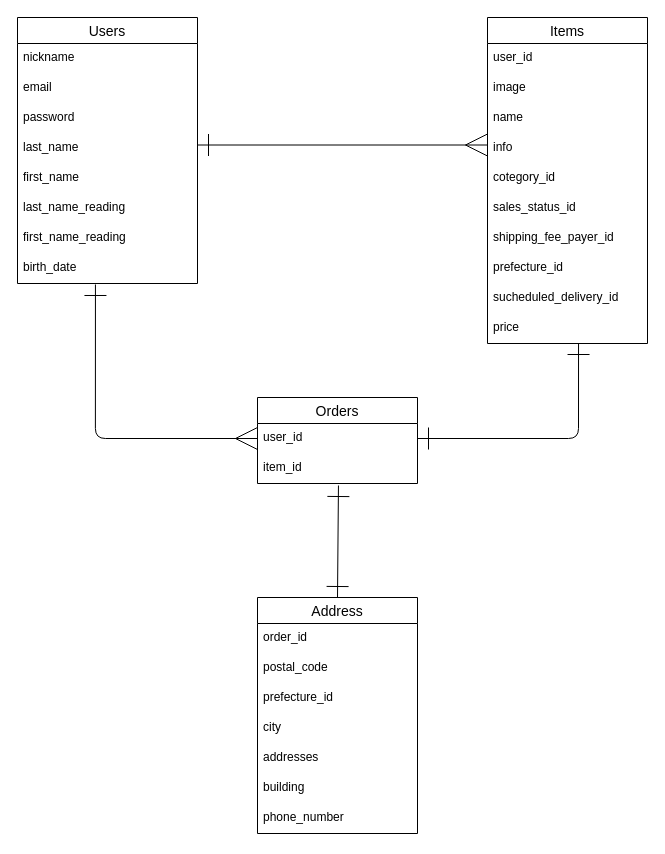
akinori-sumiya/furima-45228 keeps this draw.io diagram as db-ER.dio. Above is the earlier version. Source tidied: cells renumbered, new cells numbered last; positions are measured from the earlier drawing's top-left corner, leaving out a move shared by most shapes. Both pictures are drawn from the tidied source at 100%, with x=0, y=0 at pixel (17, 17).
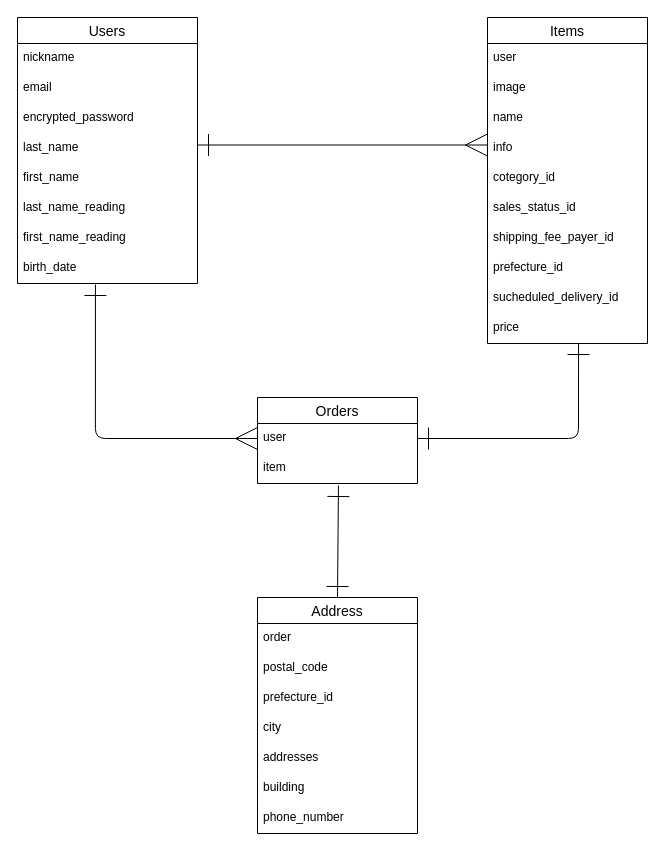
Above is the later version.

Commit message (it also covers changes not shown here):
ER図、README修正

Unchanged cells that the change refers to:
```xml
<mxCell id="2" value="Users" style="swimlane;fontStyle=0;horizontal=1;startSize=26;align=center;fontSize=14;" parent="1" vertex="1">
  <mxGeometry width="180" height="266" as="geometry" />
</mxCell>
<mxCell id="11" value="Items" style="swimlane;fontStyle=0;horizontal=1;startSize=26;align=center;fontSize=14;" parent="1" vertex="1">
  <mxGeometry x="470" width="160" height="326" as="geometry" />
</mxCell>
<mxCell id="22" value="Orders" style="swimlane;fontStyle=0;horizontal=1;startSize=26;align=center;fontSize=14;" parent="1" vertex="1">
  <mxGeometry x="240" y="380" width="160" height="86" as="geometry" />
</mxCell>
<mxCell id="25" value="Address" style="swimlane;fontStyle=0;horizontal=1;startSize=26;align=center;fontSize=14;" parent="1" vertex="1">
  <mxGeometry x="240" y="580" width="160" height="236" as="geometry" />
</mxCell>
```

What changed in the source:
```diff
@@
-    <mxCell id="5" value="password" style="text;strokeColor=none;fillColor=none;spacingLeft=4;spacingRight=4;overflow=hidden;fontSize=12;whiteSpace=wrap;html=1;" parent="2" vertex="1">
+    <mxCell id="5" value="encrypted_password" style="text;strokeColor=none;fillColor=none;spacingLeft=4;spacingRight=4;overflow=hidden;fontSize=12;whiteSpace=wrap;html=1;" parent="2" vertex="1">
       <mxGeometry y="86" width="180" height="30" as="geometry" />
     </mxCell>
@@
-    <mxCell id="12" value="user_id" style="text;strokeColor=none;fillColor=none;spacingLeft=4;spacingRight=4;overflow=hidden;fontSize=12;whiteSpace=wrap;html=1;" parent="11" vertex="1">
+    <mxCell id="12" value="user" style="text;strokeColor=none;fillColor=none;spacingLeft=4;spacingRight=4;overflow=hidden;fontSize=12;whiteSpace=wrap;html=1;" parent="11" vertex="1">
       <mxGeometry y="26" width="160" height="30" as="geometry" />
     </mxCell>
@@
-    <mxCell id="23" value="user_id" style="text;strokeColor=none;fillColor=none;spacingLeft=4;spacingRight=4;overflow=hidden;points=[[0,0.5],[1,0.5]];portConstraint=eastwest;fontSize=12;whiteSpace=wrap;html=1;" parent="22" vertex="1">
+    <mxCell id="23" value="user" style="text;strokeColor=none;fillColor=none;spacingLeft=4;spacingRight=4;overflow=hidden;points=[[0,0.5],[1,0.5]];portConstraint=eastwest;fontSize=12;whiteSpace=wrap;html=1;" parent="22" vertex="1">
       <mxGeometry y="26" width="160" height="30" as="geometry" />
     </mxCell>
-    <mxCell id="24" value="item_id" style="text;strokeColor=none;fillColor=none;spacingLeft=4;spacingRight=4;overflow=hidden;points=[[0,0.5],[1,0.5]];portConstraint=eastwest;fontSize=12;whiteSpace=wrap;html=1;" parent="22" vertex="1">
+    <mxCell id="24" value="item" style="text;strokeColor=none;fillColor=none;spacingLeft=4;spacingRight=4;overflow=hidden;points=[[0,0.5],[1,0.5]];portConstraint=eastwest;fontSize=12;whiteSpace=wrap;html=1;" parent="22" vertex="1">
       <mxGeometry y="56" width="160" height="30" as="geometry" />
     </mxCell>
@@
-    <mxCell id="26" value="order_id" style="text;strokeColor=none;fillColor=none;spacingLeft=4;spacingRight=4;overflow=hidden;fontSize=12;whiteSpace=wrap;html=1;" parent="25" vertex="1">
+    <mxCell id="26" value="order" style="text;strokeColor=none;fillColor=none;spacingLeft=4;spacingRight=4;overflow=hidden;fontSize=12;whiteSpace=wrap;html=1;" parent="25" vertex="1">
       <mxGeometry y="26" width="160" height="30" as="geometry" />
     </mxCell>
```
